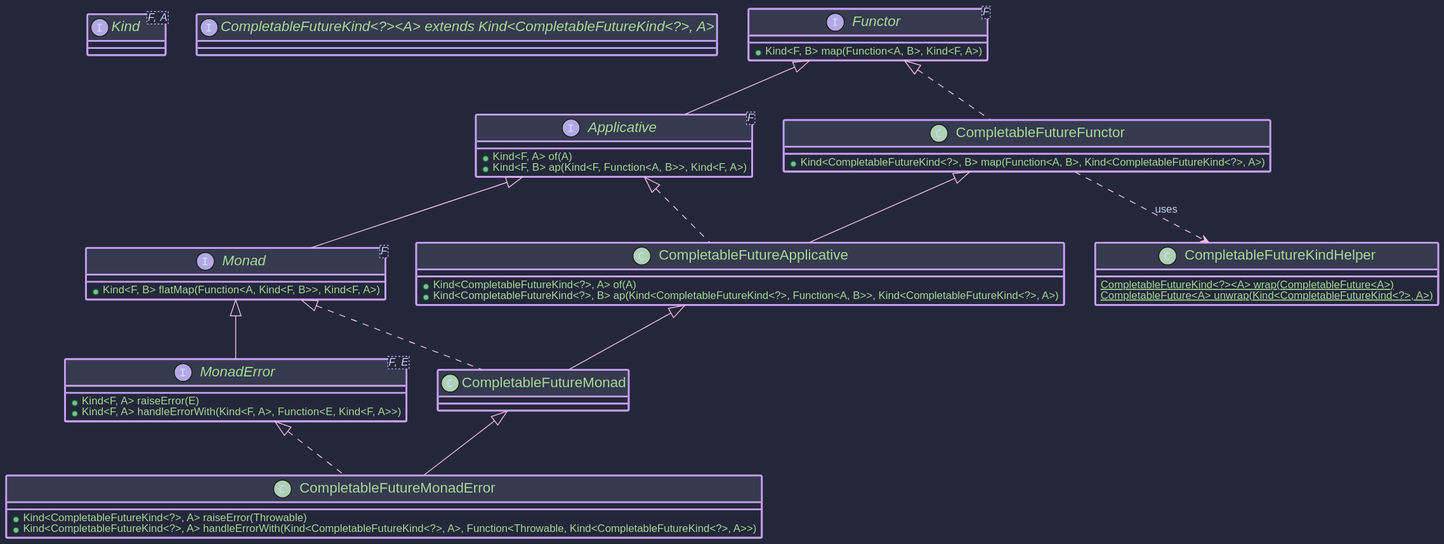
The PlantUML diagram hkj-book/src/images/puml/cf_monad.svg in higher-kinded-j/higher-kinded-j, before a commit.
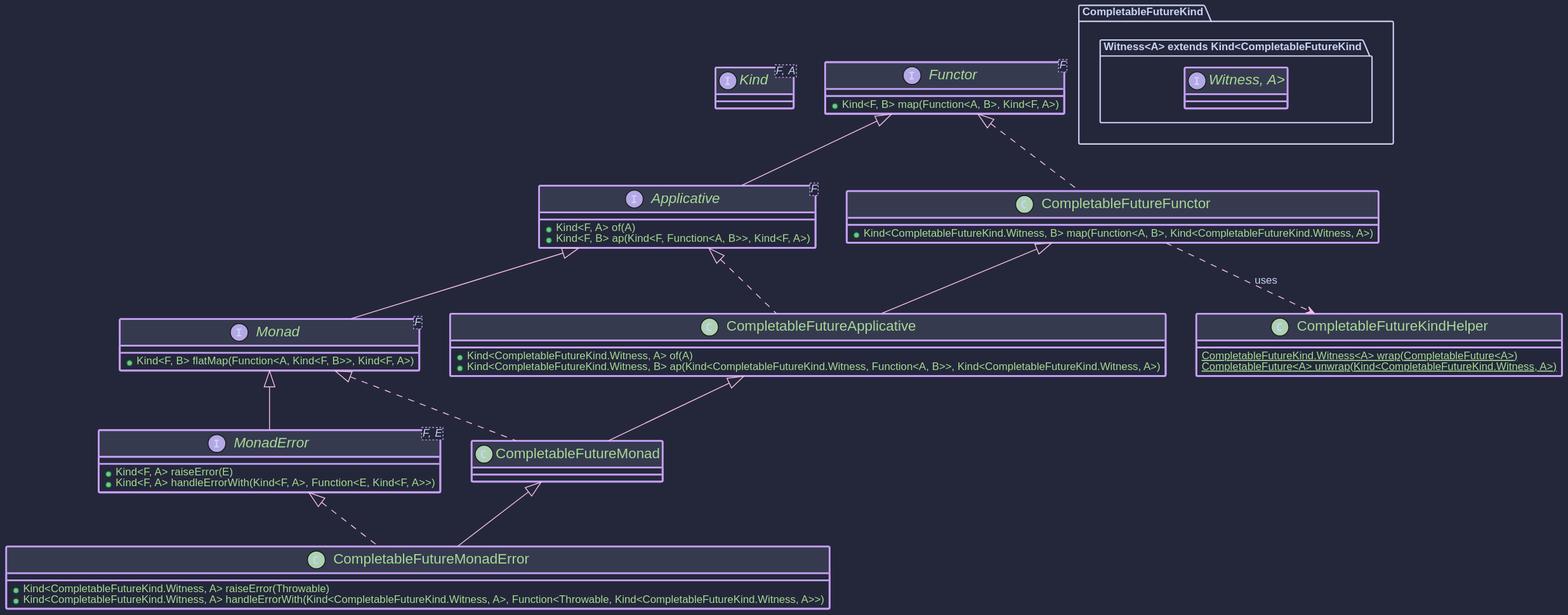
Later version of the same file.

What changed in the source:
```diff
@@ -1,7 +1,7 @@
 @startuml
 !include https://raw.githubusercontent.com/ncosta-ic/catppuccin-macchiato-plantuml-theme/main/theme.puml
 
-!define CFKind CompletableFutureKind<?>
+!define CFKind CompletableFutureKind.Witness
 
 interface Kind<F, A>
 interface "CFKind<A> extends Kind<CFKind, A>"
```
